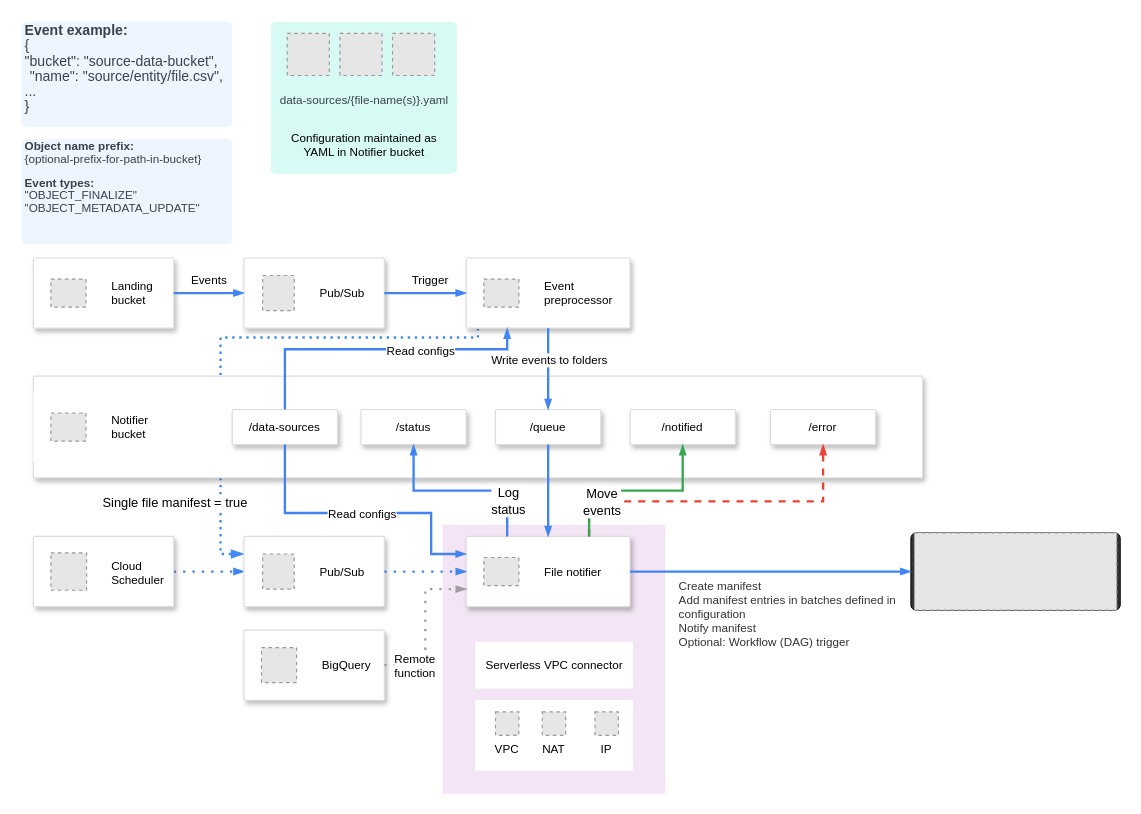
agile-data-engine/ade-file-notifier-reference keeps this draw.io diagram as cloud_resources/gcp/architecture/gcp_notifier.drawio. Above is the earlier version. Source tidied: cells renumbered, new cells numbered last; positions are measured from the earlier drawing's top-left corner, leaving out a move shared by most shapes. Both pictures are drawn from the tidied source at 117%, with x=0, y=0 at pixel (21, 21). Pictures stored in the file or linked from it are replaced by grey dashed boxes.
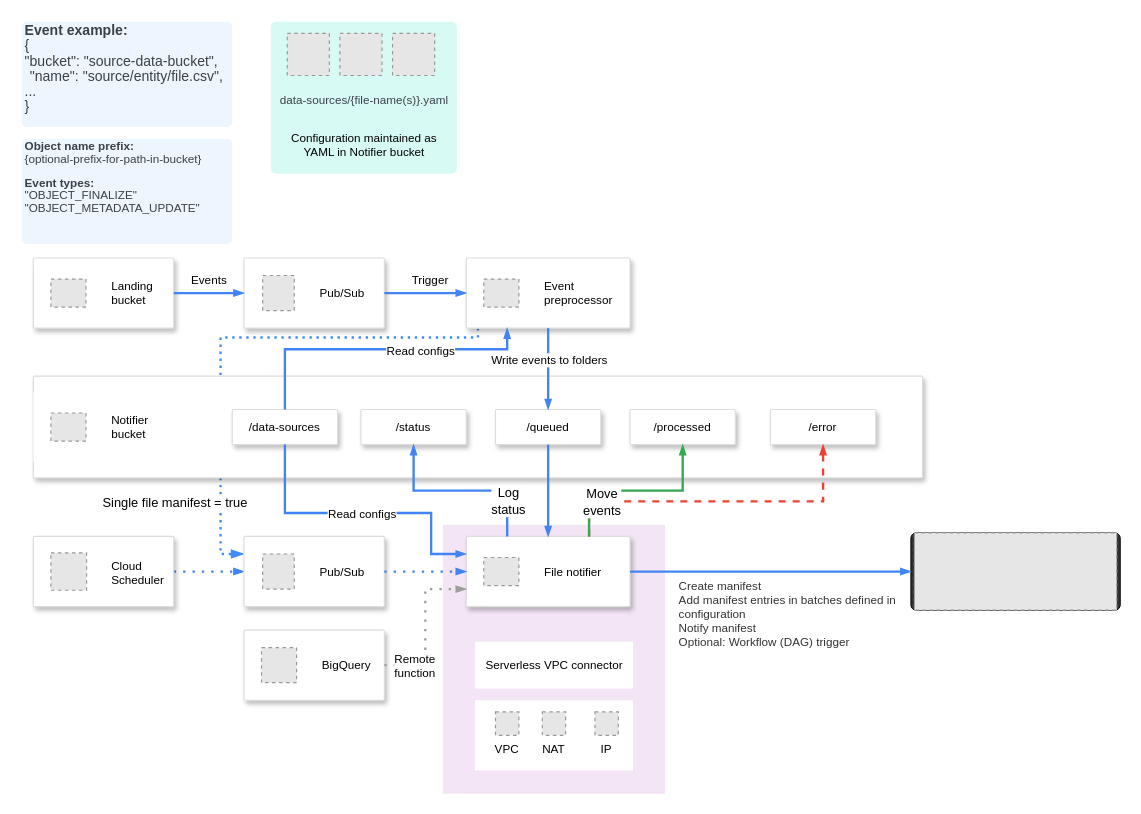
After the change.

Change to the diagram source:
```diff
@@
-    <mxCell id="10" value="/queue" style="strokeColor=#dddddd;shadow=1;strokeWidth=1;rounded=1;absoluteArcSize=1;arcSize=2;fontSize=10;fontColor=#000000;labelBackgroundColor=default;" parent="1" vertex="1">
+    <mxCell id="10" value="/queued" style="strokeColor=#dddddd;shadow=1;strokeWidth=1;rounded=1;absoluteArcSize=1;arcSize=2;fontSize=10;fontColor=#000000;labelBackgroundColor=default;" parent="1" vertex="1">
       <mxGeometry x="405" y="331.5" width="90" height="30" as="geometry" />
     </mxCell>
-    <mxCell id="11" value="/notified" style="strokeColor=#dddddd;shadow=1;strokeWidth=1;rounded=1;absoluteArcSize=1;arcSize=2;fontSize=10;" parent="1" vertex="1">
+    <mxCell id="11" value="/processed" style="strokeColor=#dddddd;shadow=1;strokeWidth=1;rounded=1;absoluteArcSize=1;arcSize=2;fontSize=10;" parent="1" vertex="1">
       <mxGeometry x="520" y="331.5" width="90" height="30" as="geometry" />
     </mxCell>
```
